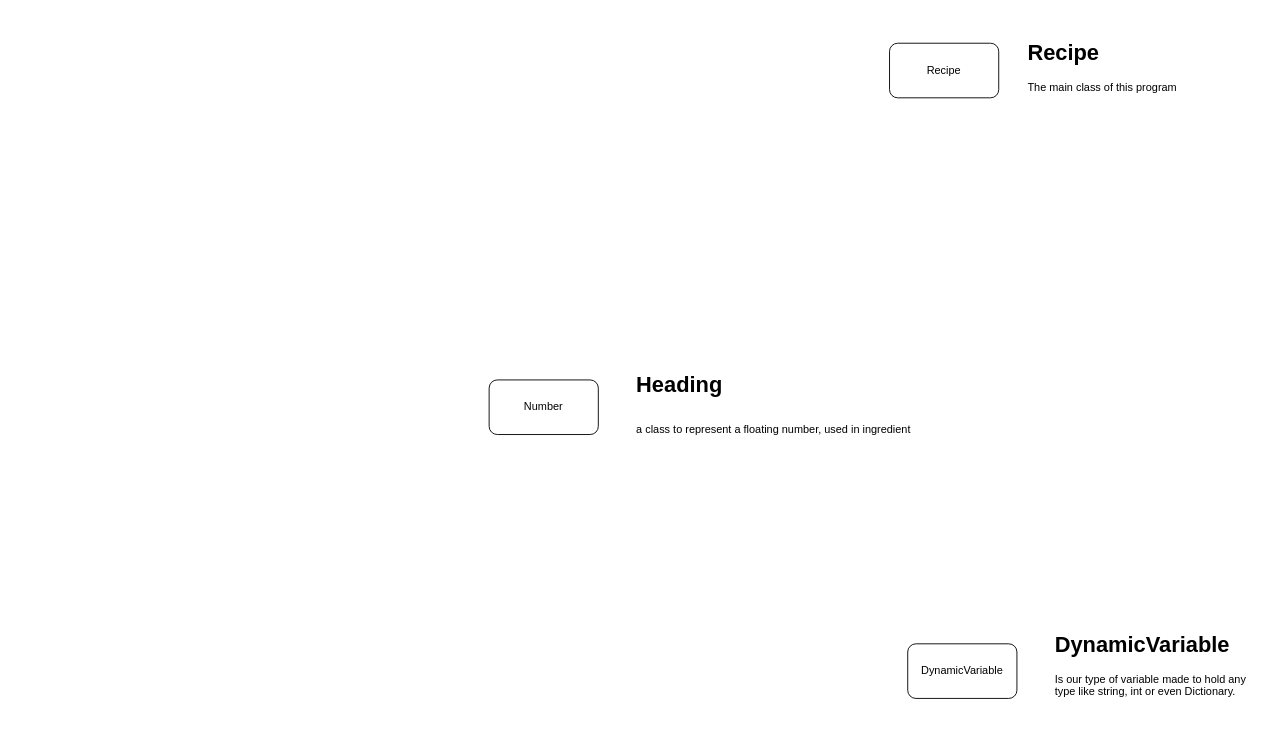
Above: page "Main" (1 of 5) of Diagrams/Core.drawio in WeeeBuch/KubeCrafter (draw.io), before the change. Source tidied: cells renumbered, new cells numbered last; positions are measured from the earlier drawing's top-left corner, leaving out a move shared by most shapes. Both pictures are drawn from the tidied source at 91%, with x=0, y=0 at pixel (489, 34).
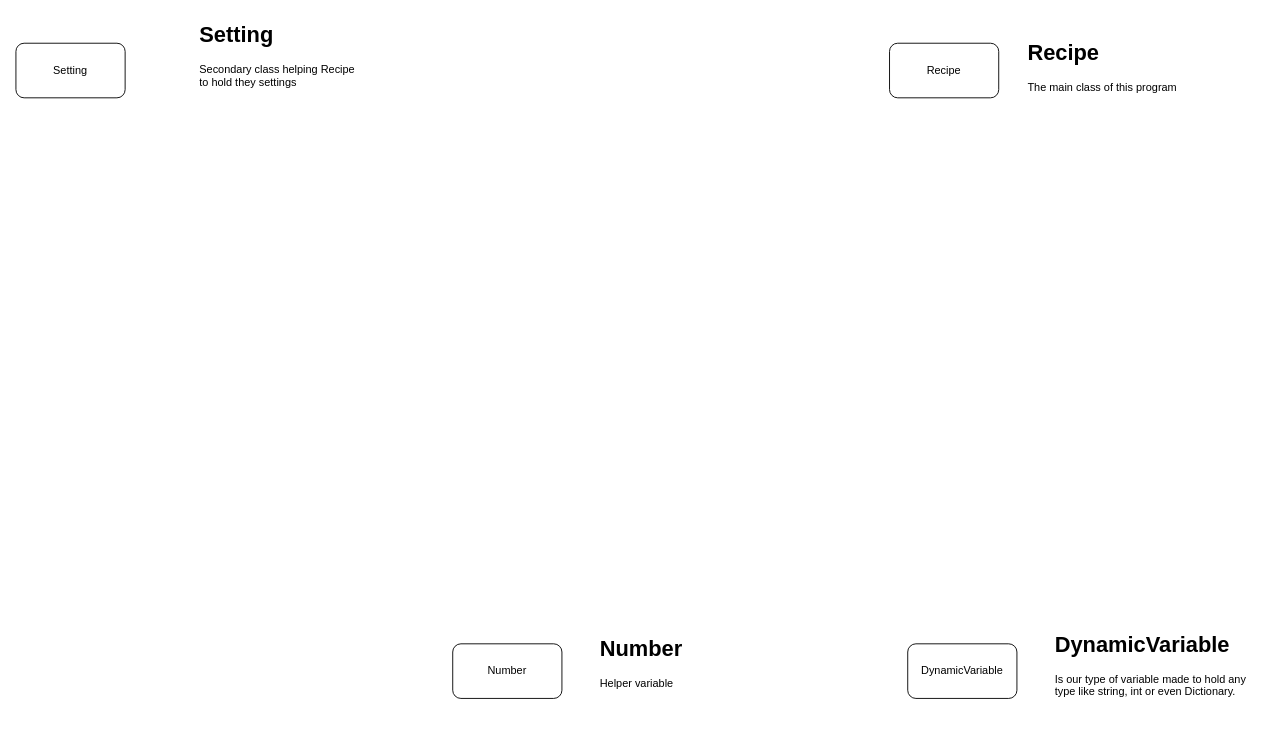
The same page after the edit.

Commit message (it also covers changes not shown here):
Updates core diagrams

Adds diagrams for the Number and Setting classes.
Also modifies some elements in the main diagram.

Diff of the diagram source:
```diff
@@
 <mxGraphModel>
   <root>
     <mxCell id="0" />
     <mxCell id="1" parent="0" />
     <mxCell id="2" value="DynamicVariable" style="rounded=1;whiteSpace=wrap;html=1;" parent="1" vertex="1">
       <mxGeometry x="460" y="670" width="120" height="60" as="geometry" />
     </mxCell>
     <mxCell id="3" value="&lt;h1 style=&quot;margin-top: 0px;&quot;&gt;DynamicVariable&lt;/h1&gt;&lt;div&gt;Is our type of variable made to hold any type like string, int or even Dictionary.&lt;/div&gt;" style="text;html=1;whiteSpace=wrap;overflow=hidden;rounded=0;" parent="1" vertex="1">
       <mxGeometry x="620" y="650" width="220" height="120" as="geometry" />
     </mxCell>
     <mxCell id="4" value="Recipe" style="rounded=1;whiteSpace=wrap;html=1;" parent="1" vertex="1">
       <mxGeometry x="440" y="10" width="120" height="60" as="geometry" />
     </mxCell>
     <mxCell id="5" value="&lt;h1 style=&quot;margin-top: 0px;&quot;&gt;Recipe&lt;/h1&gt;&lt;div&gt;The main class of this program&lt;/div&gt;" style="text;html=1;whiteSpace=wrap;overflow=hidden;rounded=0;" parent="1" vertex="1">
       <mxGeometry x="590" width="180" height="80" as="geometry" />
     </mxCell>
     <mxCell id="6" value="Number" style="rounded=1;whiteSpace=wrap;html=1;" parent="1" vertex="1">
-      <mxGeometry y="380" width="120" height="60" as="geometry" />
+      <mxGeometry x="-40" y="670" width="120" height="60" as="geometry" />
     </mxCell>
-    <mxCell id="7" value="&lt;h1 style=&quot;margin-top: 0px;&quot;&gt;Heading&lt;/h1&gt;&lt;h1 style=&quot;margin-top: 0px;&quot;&gt;&lt;span style=&quot;font-size: 12px; font-weight: 400;&quot;&gt;a class to represent a floating number, used in ingredient&lt;/span&gt;&lt;/h1&gt;" style="text;html=1;whiteSpace=wrap;overflow=hidden;rounded=0;" parent="1" vertex="1">
-      <mxGeometry x="160" y="365" width="320" height="90" as="geometry" />
+    <mxCell id="7" value="&lt;h1 style=&quot;margin-top: 0px;&quot;&gt;Number&lt;/h1&gt;&lt;div&gt;Helper variable&lt;/div&gt;" style="text;html=1;whiteSpace=wrap;overflow=hidden;rounded=0;" parent="1" vertex="1">
+      <mxGeometry x="120" y="655" width="320" height="90" as="geometry" />
     </mxCell>
+    <mxCell id="8" value="Setting" style="rounded=1;whiteSpace=wrap;html=1;" parent="1" vertex="1">
+      <mxGeometry x="-520" y="10" width="120" height="60" as="geometry" />
+    </mxCell>
+    <mxCell id="9" value="&lt;h1 style=&quot;margin-top: 0px;&quot;&gt;Setting&lt;/h1&gt;&lt;div&gt;Secondary class helping Recipe to hold they settings&lt;/div&gt;" style="text;html=1;whiteSpace=wrap;overflow=hidden;rounded=0;" parent="1" vertex="1">
+      <mxGeometry x="-320" y="-20" width="180" height="120" as="geometry" />
+    </mxCell>
   </root>
 </mxGraphModel>
```
